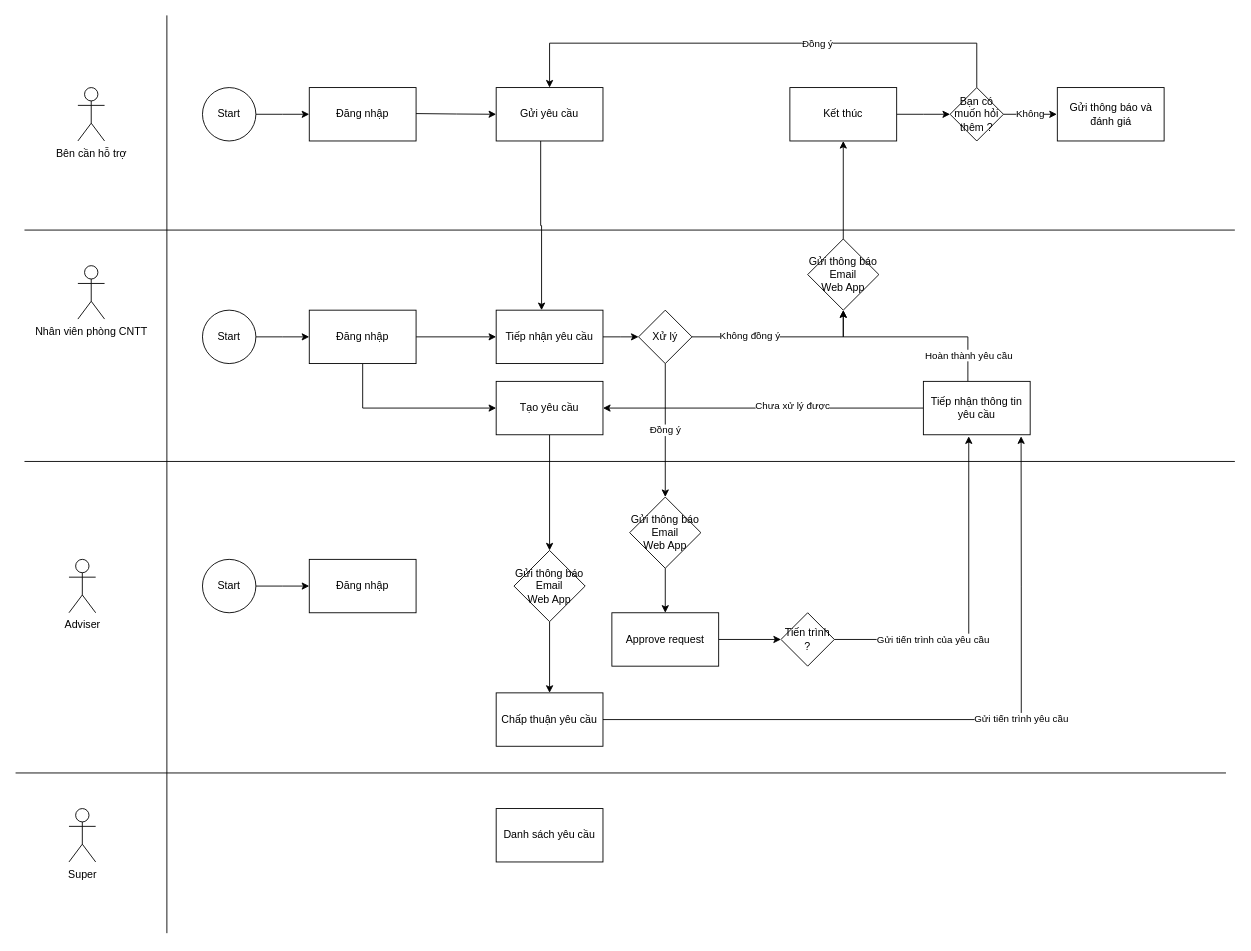
The draw.io diagram page "Trang-1" (1 of 2) of diagram/swimland.drawio in zanedev2304/blogVanLang, before the edit. Source tidied: cells renumbered, new cells numbered last; positions are measured from the earlier drawing's top-left corner, leaving out a move shared by most shapes. Both pictures are drawn from the tidied source at 89%, with x=0, y=0 at pixel (15, 15).
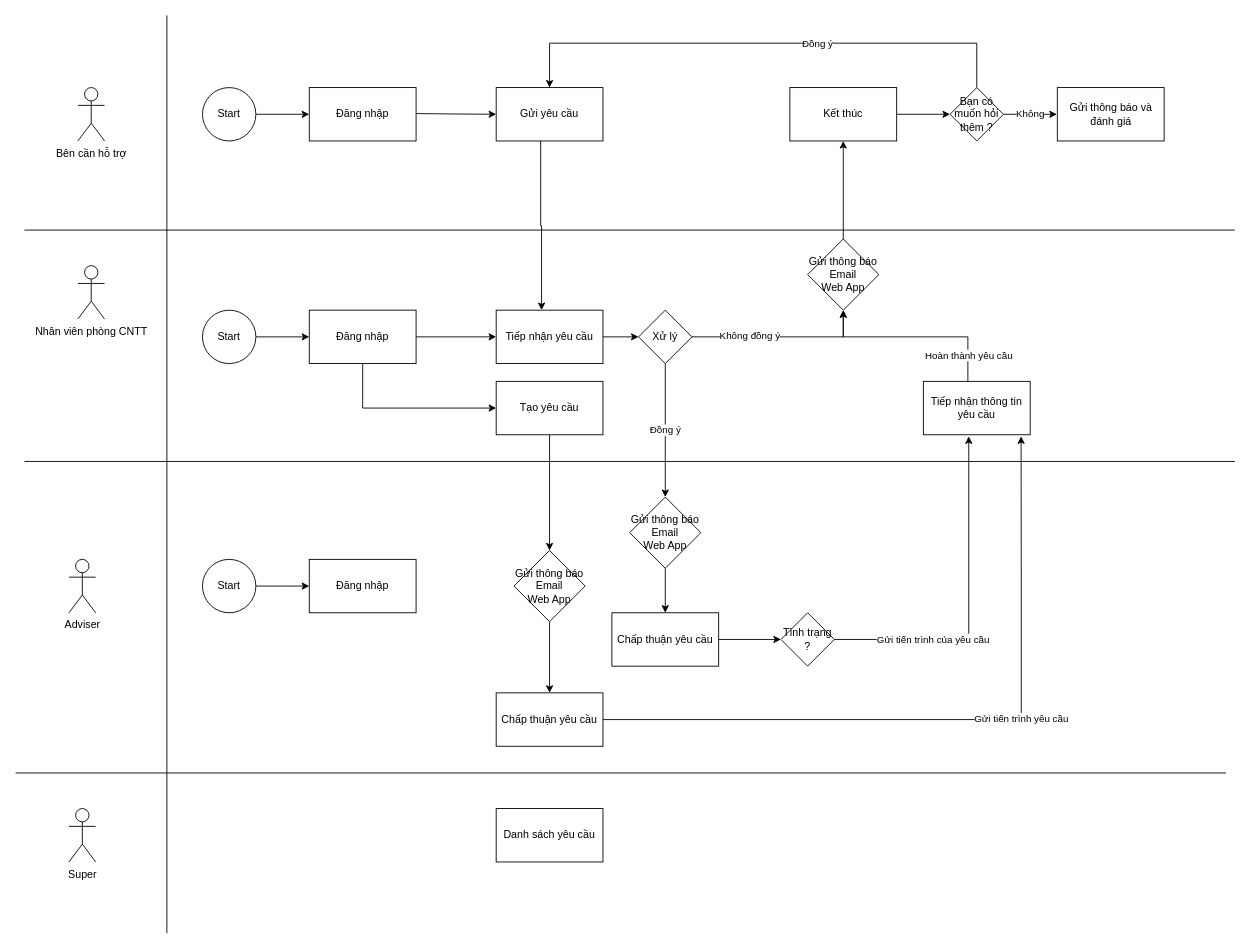
Above is the later version.

Unchanged cells that the change refers to:
```xml
<mxCell id="17" value="Tạo yêu cầu" style="rounded=0;whiteSpace=wrap;html=1;" parent="1" vertex="1">
  <mxGeometry x="540" y="411" width="120" height="60" as="geometry" />
</mxCell>
<mxCell id="33" value="Tiếp nhận thông tin yêu cầu" style="rounded=0;whiteSpace=wrap;html=1;" parent="1" vertex="1">
  <mxGeometry x="1020" y="411" width="120" height="60" as="geometry" />
</mxCell>
```

The edit, as a diff of the source:
```diff
@@
-    <mxCell id="13" value="Tiếp nhận yêu cầu" style="rounded=0;whiteSpace=wrap;html=1;" parent="1" vertex="1">
+    <mxCell id="13" value="Tiếp nhận yêu cầu&lt;br&gt;" style="rounded=0;whiteSpace=wrap;html=1;" parent="1" vertex="1">
       <mxGeometry x="540" y="331" width="120" height="60" as="geometry" />
     </mxCell>
@@
-    <mxCell id="25" value="Approve request" style="rounded=0;whiteSpace=wrap;html=1;" parent="1" vertex="1">
+    <mxCell id="25" value="Chấp thuận yêu cầu&lt;br&gt;" style="rounded=0;whiteSpace=wrap;html=1;" parent="1" vertex="1">
       <mxGeometry x="670" y="671" width="120" height="60" as="geometry" />
     </mxCell>
@@
-    <mxCell id="28" value="Tiến trình ?" style="rhombus;whiteSpace=wrap;html=1;direction=south;" parent="1" vertex="1">
+    <mxCell id="28" value="Tình trạng ?" style="rhombus;whiteSpace=wrap;html=1;direction=south;" parent="1" vertex="1">
       <mxGeometry x="860" y="671" width="60" height="60" as="geometry" />
     </mxCell>
-    <mxCell id="29" style="edgeStyle=orthogonalEdgeStyle;rounded=0;jettySize=auto;html=1;entryX=1;entryY=0.5;entryDx=0;entryDy=0;" parent="1" edge="1" source="33" target="17">
-      <mxGeometry relative="1" as="geometry" />
-    </mxCell>
-    <mxCell id="30" value="Chưa xử lý được" style="edgeLabel;html=1;align=center;verticalAlign=middle;" parent="29" vertex="1">
-      <mxGeometry x="-0.18" y="-3" relative="1" as="geometry" />
-    </mxCell>
```
